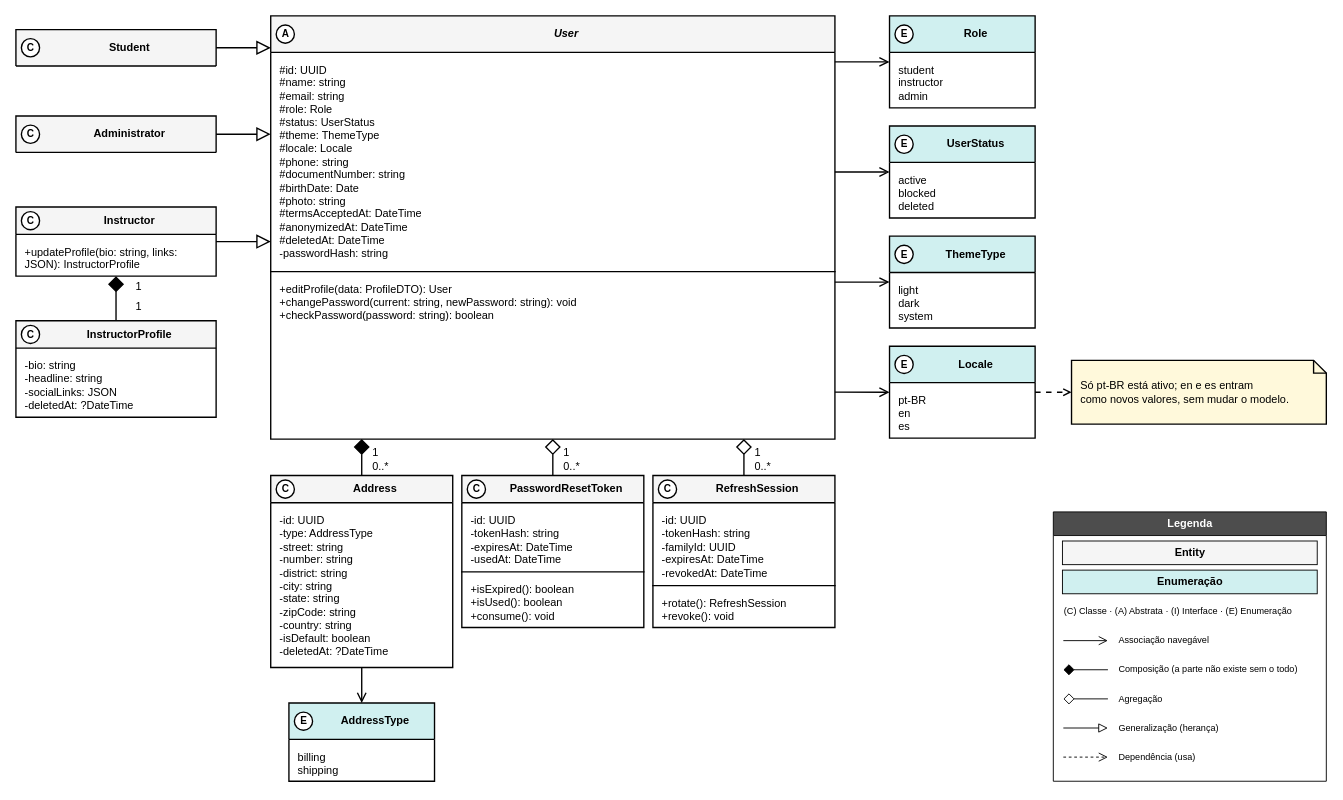
Above: especificacao/diagramas/13-classes-area-a-negocial.drawio in Plataforma-de-Cursos-TCC/plataforma-cursos-docs (draw.io), before the change. Source tidied: cells renumbered, new cells numbered last; positions are measured from the earlier drawing's top-left corner, leaving out a move shared by most shapes. Both pictures are drawn from the tidied source at 91%, with x=0, y=0 at pixel (15, 15).
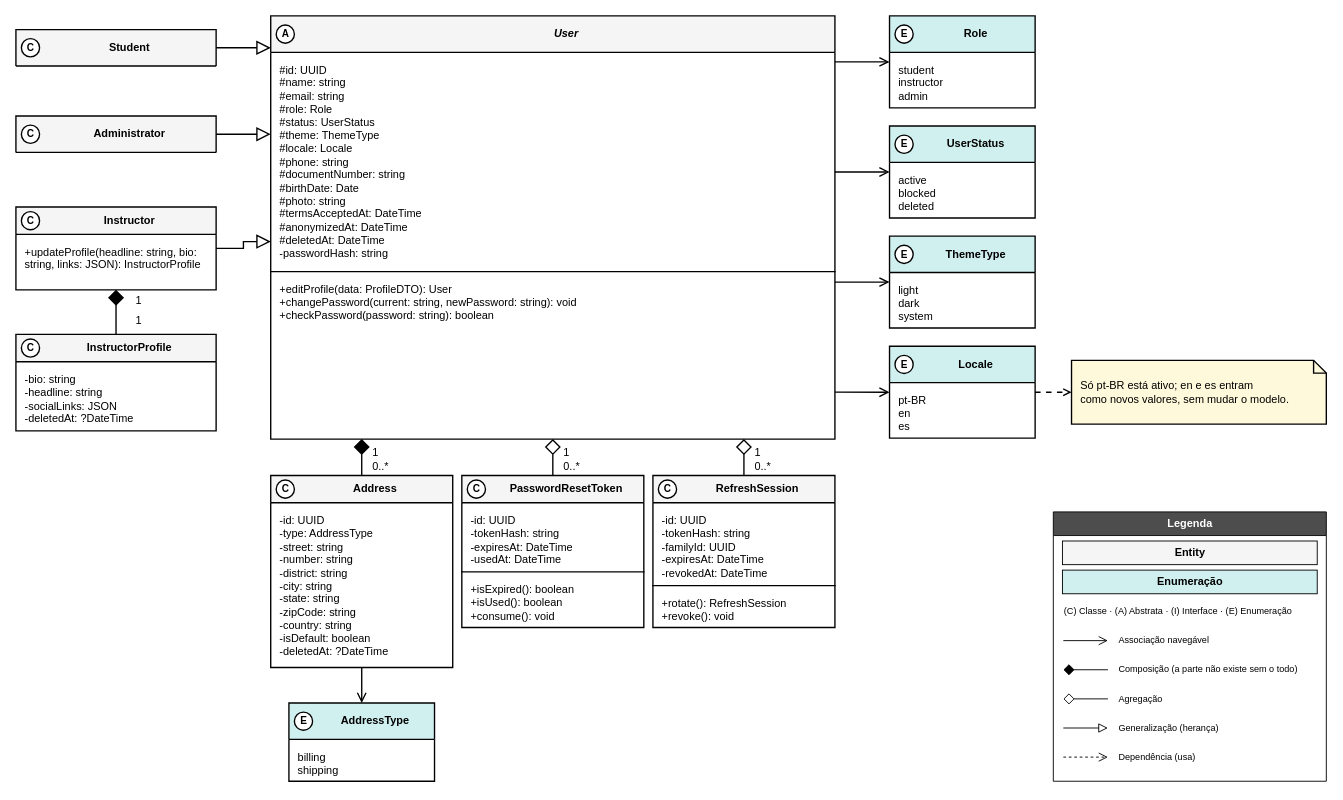
Above is the later version.

The edit, as a diff of the source:
```diff
@@
     <mxCell id="4" value="&lt;b&gt;Instructor&lt;/b&gt;" style="swimlane;fontStyle=0;align=center;verticalAlign=middle;horizontal=1;startSize=30;html=1;whiteSpace=wrap;fontFamily=Helvetica;fontSize=12;swimlaneFillColor=#FFFFFF;strokeColor=#000000;strokeWidth=1.5;fontColor=#000000;spacingLeft=30;fillColor=#F5F5F5;" parent="1" vertex="1">
-      <mxGeometry y="210" width="220" height="76" as="geometry" />
+      <mxGeometry y="210" width="220" height="91" as="geometry" />
     </mxCell>
-    <mxCell id="5" value="+updateProfile(bio: string, links: JSON): InstructorProfile" style="text;strokeColor=none;fillColor=none;align=left;verticalAlign=top;spacingLeft=8;spacingRight=8;spacingTop=6;overflow=hidden;whiteSpace=wrap;html=1;fontFamily=Helvetica;fontSize=12;fontColor=#000000;" parent="4" vertex="1">
-      <mxGeometry y="30" width="220" height="46" as="geometry" />
+    <mxCell id="5" value="+updateProfile(headline: string, bio: string, links: JSON): InstructorProfile" style="text;strokeColor=none;fillColor=none;align=left;verticalAlign=top;spacingLeft=8;spacingRight=8;spacingTop=6;overflow=hidden;whiteSpace=wrap;html=1;fontFamily=Helvetica;fontSize=12;fontColor=#000000;" parent="4" vertex="1">
+      <mxGeometry y="30" width="220" height="61" as="geometry" />
     </mxCell>
     <mxCell id="6" value="&lt;b&gt;InstructorProfile&lt;/b&gt;" style="swimlane;fontStyle=0;align=center;verticalAlign=middle;horizontal=1;startSize=30;html=1;whiteSpace=wrap;fontFamily=Helvetica;fontSize=12;swimlaneFillColor=#FFFFFF;strokeColor=#000000;strokeWidth=1.5;fontColor=#000000;spacingLeft=30;fillColor=#F5F5F5;" parent="1" vertex="1">
-      <mxGeometry y="335" width="220" height="106" as="geometry" />
+      <mxGeometry y="350" width="220" height="106" as="geometry" />
     </mxCell>
@@
     <mxCell id="34" value="1" style="text;html=1;align=left;verticalAlign=middle;fontFamily=Helvetica;fontSize=12;fontColor=#000000;fillColor=none;strokeColor=none;" parent="1" vertex="1">
-      <mxGeometry x="130" y="288" width="20" height="20" as="geometry" />
+      <mxGeometry x="130" y="303" width="20" height="20" as="geometry" />
     </mxCell>
     <mxCell id="35" value="1" style="text;html=1;align=left;verticalAlign=middle;fontFamily=Helvetica;fontSize=12;fontColor=#000000;fillColor=none;strokeColor=none;" parent="1" vertex="1">
-      <mxGeometry x="130" y="310" width="20" height="20" as="geometry" />
+      <mxGeometry x="130" y="325" width="20" height="20" as="geometry" />
     </mxCell>
@@
     <mxCell id="54" value="C" style="ellipse;html=1;fillColor=#FFFFFF;strokeColor=#000000;strokeWidth=1.5;fontFamily=Helvetica;fontSize=11;fontStyle=1;fontColor=#000000;" parent="1" vertex="1">
-      <mxGeometry x="6" y="340" width="20" height="20" as="geometry" />
+      <mxGeometry x="6" y="355" width="20" height="20" as="geometry" />
     </mxCell>
```
